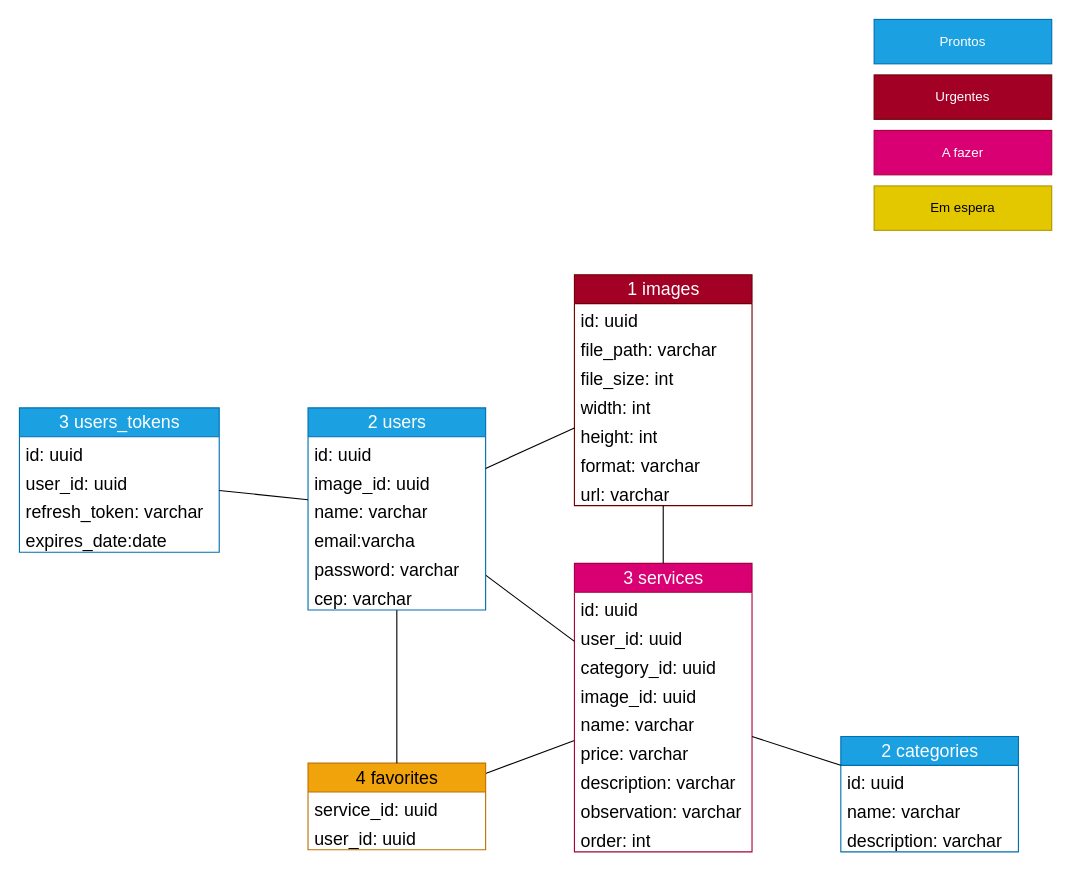
The draw.io diagram docs/database-model.drawio in GabrielMarquesGithub/work-wave-backend, before the edit. Source tidied: cells renumbered, new cells numbered last; positions are measured from the earlier drawing's top-left corner, leaving out a move shared by most shapes. Both pictures are drawn from the tidied source at 111%, with x=0, y=0 at pixel (19, 19).
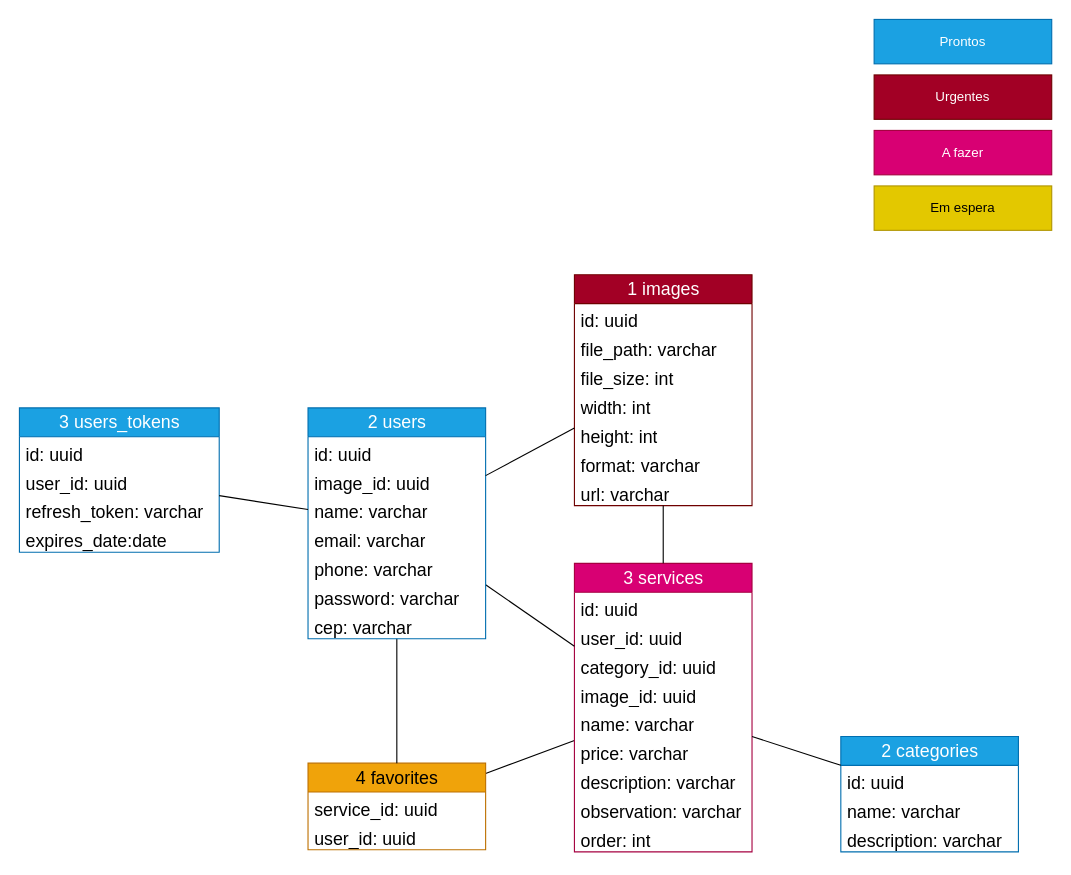
The same diagram, later.

Diff of the diagram source:
```diff
@@
     <mxCell id="18" value="2 users" style="swimlane;fontStyle=0;horizontal=1;startSize=26;fillColor=#1ba1e2;html=1;fontSize=16;fontColor=#ffffff;strokeColor=#006EAF;" parent="1" vertex="1">
-      <mxGeometry x="260" y="350" width="160" height="182" as="geometry" />
+      <mxGeometry x="260" y="350" width="160" height="208" as="geometry" />
     </mxCell>
@@
-    <mxCell id="22" value="email:varcha" style="text;strokeColor=none;fillColor=none;align=left;verticalAlign=top;spacingLeft=4;spacingRight=4;overflow=hidden;whiteSpace=wrap;html=1;fontSize=16;" parent="18" vertex="1">
+    <mxCell id="22" value="email: varchar" style="text;strokeColor=none;fillColor=none;align=left;verticalAlign=top;spacingLeft=4;spacingRight=4;overflow=hidden;whiteSpace=wrap;html=1;fontSize=16;" parent="18" vertex="1">
       <mxGeometry y="104" width="160" height="26" as="geometry" />
     </mxCell>
+    <mxCell id="50" value="phone: varchar" style="text;strokeColor=none;fillColor=none;align=left;verticalAlign=top;spacingLeft=4;spacingRight=4;overflow=hidden;whiteSpace=wrap;html=1;fontSize=16;" parent="18" vertex="1">
+      <mxGeometry y="130" width="160" height="26" as="geometry" />
+    </mxCell>
     <mxCell id="23" value="password: varchar" style="text;strokeColor=none;fillColor=none;align=left;verticalAlign=top;spacingLeft=4;spacingRight=4;overflow=hidden;whiteSpace=wrap;html=1;fontSize=16;" parent="18" vertex="1">
-      <mxGeometry y="130" width="160" height="26" as="geometry" />
+      <mxGeometry y="156" width="160" height="26" as="geometry" />
     </mxCell>
     <mxCell id="24" value="cep: varchar" style="text;strokeColor=none;fillColor=none;align=left;verticalAlign=top;spacingLeft=4;spacingRight=4;overflow=hidden;whiteSpace=wrap;html=1;fontSize=16;" parent="18" vertex="1">
-      <mxGeometry y="156" width="160" height="26" as="geometry" />
+      <mxGeometry y="182" width="160" height="26" as="geometry" />
     </mxCell>
```
